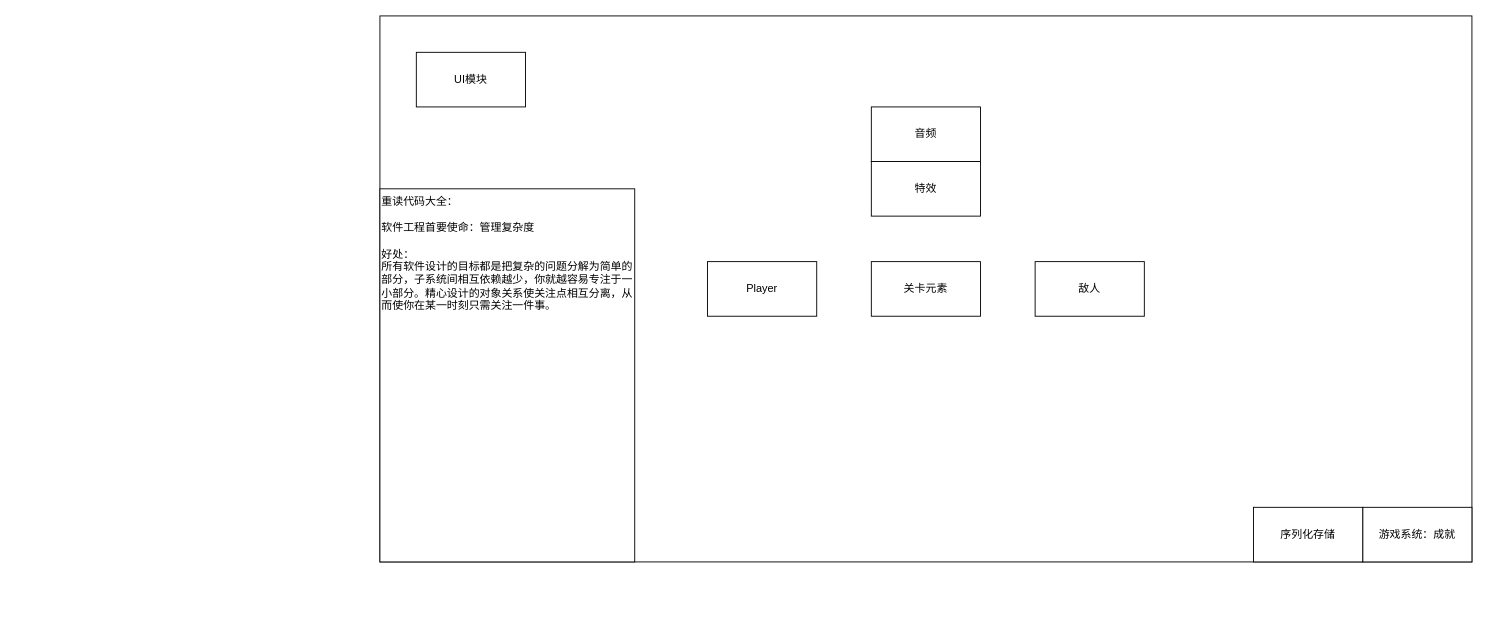
Above: page "生存模板" (9 of 9) of StartFramework.drawio in sass00n1/StartFramework (draw.io), before the change. Source tidied: cells renumbered, new cells numbered last; positions are measured from the earlier drawing's top-left corner, leaving out a move shared by most shapes. Both pictures are drawn from the tidied source at 91%, with x=0, y=0 at pixel (379, 15).
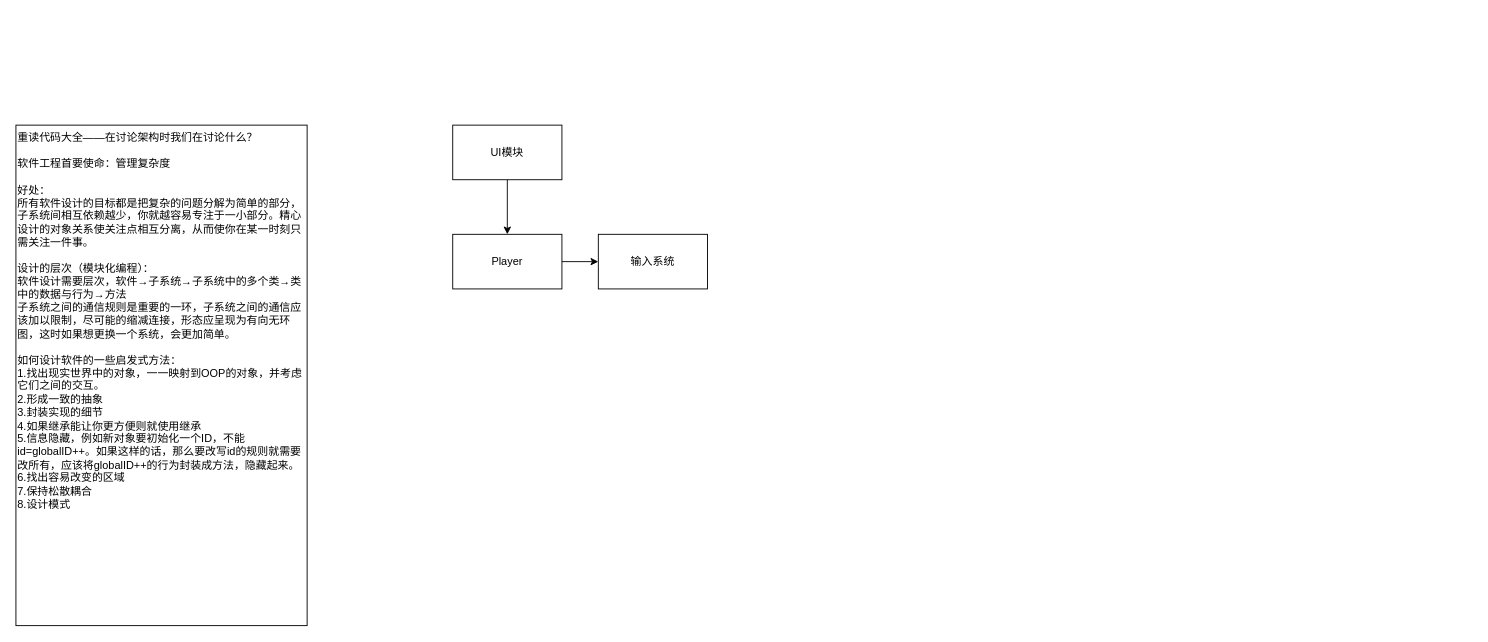
The same page after the edit.

What changed in the source:
```diff
@@
 <mxGraphModel>
   <root>
     <mxCell id="0" />
     <mxCell id="1" parent="0" />
-    <mxCell id="2" style="rounded=0;whiteSpace=wrap;html=1;" parent="1" vertex="1">
-      <mxGeometry width="1200" height="600" as="geometry" />
-    </mxCell>
+    <mxCell id="12" style="edgeStyle=orthogonalEdgeStyle;rounded=0;jettySize=auto;html=1;exitX=0.5;exitY=1;exitDx=0;exitDy=0;" parent="1" edge="1" source="3" target="4">
+      <mxGeometry relative="1" as="geometry" />
+    </mxCell>
     <mxCell id="3" value="UI模块" style="rounded=0;whiteSpace=wrap;html=1;" parent="1" vertex="1">
-      <mxGeometry x="40" y="40" width="120" height="60" as="geometry" />
+      <mxGeometry x="80" y="120" width="120" height="60" as="geometry" />
     </mxCell>
+    <mxCell id="13" style="edgeStyle=orthogonalEdgeStyle;rounded=0;jettySize=auto;html=1;exitX=1;exitY=0.5;exitDx=0;exitDy=0;" parent="1" edge="1" source="4" target="14">
+      <mxGeometry relative="1" as="geometry" />
+    </mxCell>
     <mxCell id="4" value="Player" style="rounded=0;whiteSpace=wrap;html=1;" parent="1" vertex="1">
-      <mxGeometry x="360" y="270" width="120" height="60" as="geometry" />
+      <mxGeometry x="80" y="240" width="120" height="60" as="geometry" />
     </mxCell>
-    <mxCell id="5" value="敌人" style="rounded=0;whiteSpace=wrap;html=1;" parent="1" vertex="1">
-      <mxGeometry x="720" y="270" width="120" height="60" as="geometry" />
-    </mxCell>
-    <mxCell id="6" value="关卡元素" style="rounded=0;whiteSpace=wrap;html=1;" parent="1" vertex="1">
-      <mxGeometry x="540" y="270" width="120" height="60" as="geometry" />
-    </mxCell>
-    <mxCell id="7" value="音频" style="rounded=0;whiteSpace=wrap;html=1;" parent="1" vertex="1">
-      <mxGeometry x="540" y="100" width="120" height="60" as="geometry" />
-    </mxCell>
-    <mxCell id="8" value="特效" style="rounded=0;whiteSpace=wrap;html=1;" parent="1" vertex="1">
-      <mxGeometry x="540" y="160" width="120" height="60" as="geometry" />
-    </mxCell>
-    <mxCell id="9" value="游戏系统：成就" style="rounded=0;whiteSpace=wrap;html=1;" parent="1" vertex="1">
-      <mxGeometry x="1080" y="540" width="120" height="60" as="geometry" />
-    </mxCell>
-    <mxCell id="10" value="序列化存储" style="rounded=0;whiteSpace=wrap;html=1;" parent="1" vertex="1">
-      <mxGeometry x="960" y="540" width="120" height="60" as="geometry" />
-    </mxCell>
-    <mxCell id="11" value="&lt;div align=&quot;left&quot;&gt;重读代码大全：&lt;/div&gt;&lt;div align=&quot;left&quot;&gt;&lt;br&gt;&lt;/div&gt;&lt;div align=&quot;left&quot;&gt;软件工程首要使命：管理复杂度&lt;br&gt;&lt;/div&gt;&lt;div&gt;&lt;br&gt;&lt;/div&gt;&lt;div&gt;好处：&lt;br&gt;&lt;/div&gt;&lt;div&gt;所有软件设计的目标都是把复杂的问题分解为简单的部分，子系统间相互依赖越少，你就越容易专注于一小部分。精心设计的对象关系使关注点相互分离，从而使你在某一时刻只需关注一件事。&lt;br&gt;&lt;/div&gt;" style="rounded=0;whiteSpace=wrap;html=1;align=left;verticalAlign=top;" parent="1" vertex="1">
-      <mxGeometry y="190" width="280" height="410" as="geometry" />
+    <mxCell id="11" value="&lt;div align=&quot;left&quot;&gt;重读代码大全——在讨论架构时我们在讨论什么？&lt;/div&gt;&lt;div align=&quot;left&quot;&gt;&lt;br&gt;&lt;/div&gt;&lt;div align=&quot;left&quot;&gt;软件工程首要使命：管理复杂度&lt;br&gt;&lt;/div&gt;&lt;div&gt;&lt;br&gt;&lt;/div&gt;&lt;div&gt;好处：&lt;br&gt;&lt;/div&gt;&lt;div&gt;所有软件设计的目标都是把复杂的问题分解为简单的部分，子系统间相互依赖越少，你就越容易专注于一小部分。精心设计的对象关系使关注点相互分离，从而使你在某一时刻只需关注一件事。&lt;/div&gt;&lt;div&gt;&lt;br&gt;&lt;/div&gt;&lt;div&gt;设计的层次（模块化编程）：&lt;/div&gt;&lt;div&gt;软件设计需要层次，软件→子系统→子系统中的多个类→类中的数据与行为→方法&lt;br&gt;&lt;/div&gt;&lt;div&gt;子系统之间的通信规则是重要的一环，子系统之间的通信应该加以限制，尽可能的缩减连接，形态应呈现为有向无环图，这时如果想更换一个系统，会更加简单。&lt;/div&gt;&lt;div&gt;&lt;br&gt;&lt;/div&gt;&lt;div&gt;如何设计软件的一些启发式方法：&lt;/div&gt;&lt;div&gt;1.找出现实世界中的对象，一一映射到OOP的对象，并考虑它们之间的交互。&lt;/div&gt;&lt;div&gt;2.形成一致的抽象&lt;/div&gt;&lt;div&gt;3.封装实现的细节&lt;/div&gt;&lt;div&gt;4.如果继承能让你更方便则就使用继承&lt;/div&gt;&lt;div&gt;5.信息隐藏，例如新对象要初始化一个ID，不能id=globalID++。如果这样的话，那么要改写id的规则就需要改所有，应该将globalID++的行为封装成方法，隐藏起来。&lt;/div&gt;&lt;div&gt;6.找出容易改变的区域&lt;/div&gt;&lt;div&gt;7.保持松散耦合&lt;/div&gt;&lt;div&gt;8.设计模式&lt;/div&gt;" style="rounded=0;whiteSpace=wrap;html=1;align=left;verticalAlign=top;" parent="1" vertex="1">
+      <mxGeometry x="-400" y="120" width="320" height="550" as="geometry" />
     </mxCell>
+    <mxCell id="14" value="输入系统" style="rounded=0;whiteSpace=wrap;html=1;" parent="1" vertex="1">
+      <mxGeometry x="240" y="240" width="120" height="60" as="geometry" />
+    </mxCell>
   </root>
 </mxGraphModel>
```
